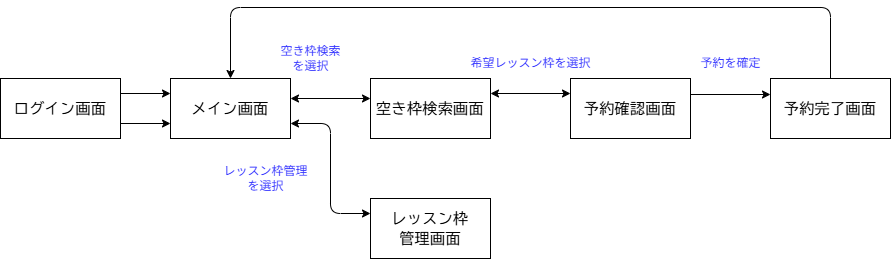
Before: 2_基本設計/02_画面遷移図.png, a diagram exported from draw.io (ka-sawabe/dev-process-study-notes). Source tidied: cells renumbered, new cells last; positions are measured from the earlier drawing's top-left corner, leaving out a move shared by most shapes.
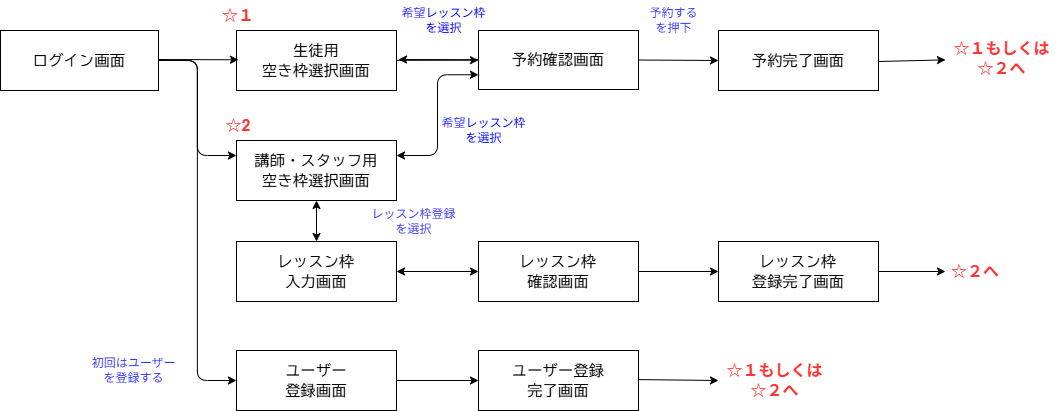
The same diagram one commit later.

Diff of the diagram source:
```diff
@@ -8,66 +8,122 @@
       </mxGeometry>
     </mxCell>
     <mxCell id="3" value="&lt;div style=&quot;color: #000000;background-color: #ffffff;font-family: Consolas, 'Courier New', monospace;font-weight: normal;font-size: 15.400000000000002px;line-height: 20px;white-space: pre;&quot;&gt;&lt;span style=&quot;color: #000000;&quot;&gt;ログイン画面&lt;/span&gt;&lt;/div&gt;" style="rounded=0;whiteSpace=wrap;html=1;fontStyle=1;" parent="1" vertex="1">
-      <mxGeometry y="71" width="120" height="60" as="geometry" />
+      <mxGeometry y="80" width="158" height="60" as="geometry" />
     </mxCell>
-    <mxCell id="4" style="html=1;entryX=0;entryY=0.25;entryDx=0;entryDy=0;exitX=1;exitY=0.25;exitDx=0;exitDy=0;startArrow=classic;startFill=1;" parent="1" edge="1" source="5" target="8">
-      <mxGeometry relative="1" as="geometry" />
+    <mxCell id="4" style="html=1;entryX=0;entryY=0.25;entryDx=0;entryDy=0;startArrow=classic;startFill=1;" parent="1" edge="1">
+      <mxGeometry relative="1" as="geometry">
+        <mxPoint x="398" y="109" as="sourcePoint" />
+        <mxPoint x="503" y="109.3" as="targetPoint" />
+      </mxGeometry>
     </mxCell>
+    <mxCell id="20" style="edgeStyle=none;html=1;" parent="1" edge="1" source="5" target="8">
+      <mxGeometry relative="1" as="geometry" />
+    </mxCell>
-    <mxCell id="5" value="&lt;div style=&quot;color: rgb(0, 0, 0); background-color: rgb(255, 255, 255); font-family: Consolas, &amp;quot;Courier New&amp;quot;, monospace; font-weight: normal; font-size: 15.4px; line-height: 20px; white-space: pre;&quot;&gt;&lt;div style=&quot;color: rgb(0, 0, 0); font-size: 15.4px; line-height: 20px;&quot;&gt;&lt;span style=&quot;color: #000000;&quot;&gt;空き枠検索画面&lt;/span&gt;&lt;/div&gt;&lt;/div&gt;" style="rounded=0;whiteSpace=wrap;html=1;fontStyle=1;" parent="1" vertex="1">
-      <mxGeometry x="370" y="71" width="120" height="60" as="geometry" />
+    <mxCell id="5" value="&lt;div style=&quot;color: rgb(0, 0, 0); background-color: rgb(255, 255, 255); font-family: Consolas, &amp;quot;Courier New&amp;quot;, monospace; font-weight: normal; font-size: 15.4px; line-height: 20px; white-space: pre;&quot;&gt;&lt;div style=&quot;color: rgb(0, 0, 0); font-size: 15.4px; line-height: 20px;&quot;&gt;&lt;span style=&quot;color: rgb(0, 0, 0);&quot;&gt;生徒用&lt;/span&gt;&lt;/div&gt;&lt;div style=&quot;color: rgb(0, 0, 0); font-size: 15.4px; line-height: 20px;&quot;&gt;&lt;span style=&quot;color: rgb(0, 0, 0);&quot;&gt;空き枠選択画面&lt;/span&gt;&lt;/div&gt;&lt;/div&gt;" style="rounded=0;whiteSpace=wrap;html=1;fontStyle=1;" parent="1" vertex="1">
+      <mxGeometry x="236" y="80" width="160" height="60" as="geometry" />
     </mxCell>
-    <mxCell id="6" value="&lt;div style=&quot;color: rgb(0, 0, 0); background-color: rgb(255, 255, 255); font-family: Consolas, &amp;quot;Courier New&amp;quot;, monospace; font-weight: normal; font-size: 15.4px; line-height: 20px; white-space: pre;&quot;&gt;&lt;div style=&quot;color: rgb(0, 0, 0); font-size: 15.4px; line-height: 20px;&quot;&gt;&lt;div style=&quot;color: rgb(0, 0, 0); font-size: 15.4px; line-height: 20px;&quot;&gt;&lt;span style=&quot;color: rgb(0, 0, 0);&quot;&gt;レッスン枠&lt;/span&gt;&lt;/div&gt;&lt;div style=&quot;color: rgb(0, 0, 0); font-size: 15.4px; line-height: 20px;&quot;&gt;&lt;span style=&quot;color: rgb(0, 0, 0);&quot;&gt;管理画面&lt;/span&gt;&lt;/div&gt;&lt;/div&gt;&lt;/div&gt;" style="rounded=0;whiteSpace=wrap;html=1;fontStyle=1;" parent="1" vertex="1">
-      <mxGeometry x="370" y="191" width="120" height="60" as="geometry" />
+    <mxCell id="6" value="&lt;div style=&quot;color: rgb(0, 0, 0); background-color: rgb(255, 255, 255); font-family: Consolas, &amp;quot;Courier New&amp;quot;, monospace; font-weight: normal; font-size: 15.4px; line-height: 20px; white-space: pre;&quot;&gt;&lt;div style=&quot;color: rgb(0, 0, 0); font-size: 15.4px; line-height: 20px;&quot;&gt;&lt;div style=&quot;color: rgb(0, 0, 0); font-size: 15.4px; line-height: 20px;&quot;&gt;&lt;span style=&quot;color: rgb(0, 0, 0);&quot;&gt;レッスン枠&lt;/span&gt;&lt;/div&gt;&lt;div style=&quot;color: rgb(0, 0, 0); font-size: 15.4px; line-height: 20px;&quot;&gt;&lt;span style=&quot;color: rgb(0, 0, 0);&quot;&gt;入力画面&lt;/span&gt;&lt;/div&gt;&lt;/div&gt;&lt;/div&gt;" style="rounded=0;whiteSpace=wrap;html=1;fontStyle=1;" parent="1" vertex="1">
+      <mxGeometry x="236" y="291" width="160" height="60" as="geometry" />
     </mxCell>
-    <mxCell id="7" style="edgeStyle=orthogonalEdgeStyle;html=1;entryX=0;entryY=0.75;entryDx=0;entryDy=0;exitX=1;exitY=0.75;exitDx=0;exitDy=0;" parent="1" edge="1" source="3" target="14">
-      <mxGeometry relative="1" as="geometry" />
-    </mxCell>
     <mxCell id="8" value="&lt;div style=&quot;color: rgb(0, 0, 0); background-color: rgb(255, 255, 255); font-family: Consolas, &amp;quot;Courier New&amp;quot;, monospace; font-weight: normal; font-size: 15.4px; line-height: 20px; white-space: pre;&quot;&gt;&lt;div style=&quot;color: rgb(0, 0, 0); font-size: 15.4px; line-height: 20px;&quot;&gt;&lt;div style=&quot;color: rgb(0, 0, 0); font-size: 15.4px; line-height: 20px;&quot;&gt;&lt;span style=&quot;color: #000000;&quot;&gt;予約確認画面&lt;/span&gt;&lt;/div&gt;&lt;/div&gt;&lt;/div&gt;" style="rounded=0;whiteSpace=wrap;html=1;fontStyle=1;" parent="1" vertex="1">
-      <mxGeometry x="570" y="71" width="120" height="60" as="geometry" />
+      <mxGeometry x="478" y="80" width="160" height="59" as="geometry" />
     </mxCell>
     <mxCell id="9" value="&lt;div style=&quot;color: rgb(0, 0, 0); background-color: rgb(255, 255, 255); font-family: Consolas, &amp;quot;Courier New&amp;quot;, monospace; font-weight: normal; font-size: 15.4px; line-height: 20px; white-space: pre;&quot;&gt;&lt;div style=&quot;color: rgb(0, 0, 0); font-size: 15.4px; line-height: 20px;&quot;&gt;&lt;div style=&quot;color: rgb(0, 0, 0); font-size: 15.4px; line-height: 20px;&quot;&gt;&lt;div style=&quot;color: rgb(0, 0, 0); font-size: 15.4px; line-height: 20px;&quot;&gt;&lt;span style=&quot;color: #000000;&quot;&gt;予約完了画面&lt;/span&gt;&lt;/div&gt;&lt;/div&gt;&lt;/div&gt;&lt;/div&gt;" style="rounded=0;whiteSpace=wrap;html=1;fontStyle=1;" parent="1" vertex="1">
-      <mxGeometry x="770" y="71" width="120" height="60" as="geometry" />
+      <mxGeometry x="718" y="80" width="160" height="60" as="geometry" />
     </mxCell>
-    <mxCell id="10" style="edgeStyle=none;html=1;exitX=1;exitY=0.25;exitDx=0;exitDy=0;entryX=0;entryY=0.25;entryDx=0;entryDy=0;" parent="1" edge="1">
-      <mxGeometry relative="1" as="geometry">
-        <mxPoint x="690" y="87" as="sourcePoint" />
-        <mxPoint x="770" y="87" as="targetPoint" />
-      </mxGeometry>
+    <mxCell id="10" style="edgeStyle=none;html=1;exitX=1;exitY=0.5;exitDx=0;exitDy=0;entryX=0;entryY=0.5;entryDx=0;entryDy=0;" parent="1" edge="1" source="8" target="9">
+      <mxGeometry relative="1" as="geometry" />
     </mxCell>
-    <mxCell id="11" value="希望レッスン枠を選択" style="text;html=1;align=center;verticalAlign=middle;strokeColor=none;fillColor=none;fontColor=#3333FF;" parent="1" vertex="1">
-      <mxGeometry x="460" y="41" width="140" height="30" as="geometry" />
+    <mxCell id="11" value="希望&lt;font style=&quot;color: rgb(0, 0, 255);&quot;&gt;レッスン枠&lt;/font&gt;&lt;div&gt;&lt;font style=&quot;color: rgb(0, 0, 255);&quot;&gt;を選択&lt;/font&gt;&lt;/div&gt;" style="text;html=1;align=center;verticalAlign=middle;strokeColor=none;fillColor=none;fontColor=#3333FF;" parent="1" vertex="1">
+      <mxGeometry x="388" y="50" width="110" height="40" as="geometry" />
     </mxCell>
-    <mxCell id="12" value="予約を確定" style="text;html=1;align=center;verticalAlign=middle;strokeColor=none;fillColor=none;fontColor=#3333FF;" parent="1" vertex="1">
-      <mxGeometry x="690" y="41" width="80" height="30" as="geometry" />
+    <mxCell id="12" value="予約する&lt;div&gt;&lt;font style=&quot;color: rgb(51, 51, 255);&quot;&gt;を押下&lt;/font&gt;&lt;/div&gt;" style="text;html=1;align=center;verticalAlign=middle;strokeColor=none;fillColor=none;fontColor=#3333FF;" parent="1" vertex="1">
+      <mxGeometry x="638" y="50" width="70" height="40" as="geometry" />
     </mxCell>
-    <mxCell id="13" style="edgeStyle=none;html=1;exitX=1;exitY=0.25;exitDx=0;exitDy=0;entryX=0;entryY=0.25;entryDx=0;entryDy=0;" parent="1" edge="1" source="3" target="14">
-      <mxGeometry relative="1" as="geometry" />
-    </mxCell>
-    <mxCell id="14" value="&lt;div style=&quot;color: rgb(0, 0, 0); background-color: rgb(255, 255, 255); font-family: Consolas, &amp;quot;Courier New&amp;quot;, monospace; font-weight: normal; font-size: 15.4px; line-height: 20px; white-space: pre;&quot;&gt;&lt;div style=&quot;color: rgb(0, 0, 0); font-size: 15.4px; line-height: 20px;&quot;&gt;&lt;div style=&quot;color: rgb(0, 0, 0); font-size: 15.4px; line-height: 20px;&quot;&gt;メイン画面&lt;/div&gt;&lt;/div&gt;&lt;/div&gt;" style="rounded=0;whiteSpace=wrap;html=1;fontStyle=1;" parent="1" vertex="1">
-      <mxGeometry x="170" y="71" width="120" height="60" as="geometry" />
-    </mxCell>
-    <mxCell id="15" style="edgeStyle=orthogonalEdgeStyle;html=1;exitX=1;exitY=0.75;exitDx=0;exitDy=0;entryX=0;entryY=0.25;entryDx=0;entryDy=0;startArrow=classic;startFill=1;" parent="1" edge="1" source="14" target="6">
+    <mxCell id="15" style="html=1;exitX=0.5;exitY=1;exitDx=0;exitDy=0;startArrow=classic;startFill=1;entryX=0.5;entryY=0;entryDx=0;entryDy=0;" parent="1" edge="1" source="19" target="6">
       <mxGeometry relative="1" as="geometry" />
     </mxCell>
-    <mxCell id="16" value="&lt;font style=&quot;color: rgb(51, 51, 255);&quot;&gt;空き枠検索&lt;/font&gt;&lt;div&gt;&lt;div&gt;&lt;span style=&quot;background-color: transparent;&quot;&gt;&lt;font style=&quot;color: rgb(51, 51, 255);&quot;&gt;を選択&lt;/font&gt;&lt;/span&gt;&lt;/div&gt;&lt;/div&gt;" style="text;html=1;align=center;verticalAlign=middle;strokeColor=none;fillColor=none;fontColor=#3333FF;" parent="1" vertex="1">
-      <mxGeometry x="270" y="31" width="80" height="40" as="geometry" />
-    </mxCell>
-    <mxCell id="17" value="&lt;div&gt;&lt;div&gt;&lt;font style=&quot;color: rgb(51, 51, 255);&quot;&gt;レッスン枠管理&lt;/font&gt;&lt;/div&gt;&lt;div&gt;&lt;span style=&quot;background-color: transparent;&quot;&gt;&lt;font style=&quot;color: rgb(51, 51, 255);&quot;&gt;を選択&lt;/font&gt;&lt;/span&gt;&lt;/div&gt;&lt;/div&gt;" style="text;html=1;align=center;verticalAlign=middle;strokeColor=none;fillColor=none;fontColor=#3333FF;" parent="1" vertex="1">
-      <mxGeometry x="210" y="151" width="110" height="40" as="geometry" />
+    <mxCell id="17" value="&lt;div&gt;&lt;div&gt;&lt;font style=&quot;color: rgb(51, 51, 255);&quot;&gt;レッスン枠登録&lt;/font&gt;&lt;/div&gt;&lt;div&gt;&lt;span style=&quot;background-color: transparent;&quot;&gt;&lt;font style=&quot;color: rgb(51, 51, 255);&quot;&gt;を選択&lt;/font&gt;&lt;/span&gt;&lt;/div&gt;&lt;/div&gt;" style="text;html=1;align=center;verticalAlign=middle;strokeColor=none;fillColor=none;fontColor=#3333FF;" parent="1" vertex="1">
+      <mxGeometry x="358" y="251" width="110" height="40" as="geometry" />
     </mxCell>
-    <mxCell id="18" style="html=1;entryX=0;entryY=0.25;entryDx=0;entryDy=0;exitX=1;exitY=0.25;exitDx=0;exitDy=0;startArrow=classic;startFill=1;" parent="1" edge="1">
-      <mxGeometry relative="1" as="geometry">
-        <mxPoint x="290" y="91" as="sourcePoint" />
-        <mxPoint x="370" y="91" as="targetPoint" />
-      </mxGeometry>
-    </mxCell>
-    <mxCell id="19" style="jettySize=auto;html=1;entryX=0.5;entryY=0;entryDx=0;entryDy=0;exitX=0.5;exitY=0;exitDx=0;exitDy=0;edgeStyle=orthogonalEdgeStyle;" parent="1" edge="1" source="9" target="14">
-      <mxGeometry relative="1" as="geometry">
-        <Array as="points">
-          <mxPoint x="830" />
-          <mxPoint x="230" />
-        </Array>
-      </mxGeometry>
+    <mxCell id="19" value="&lt;div style=&quot;color: rgb(0, 0, 0); background-color: rgb(255, 255, 255); font-family: Consolas, &amp;quot;Courier New&amp;quot;, monospace; font-weight: normal; font-size: 15.4px; line-height: 20px; white-space: pre;&quot;&gt;&lt;div style=&quot;color: rgb(0, 0, 0); font-size: 15.4px; line-height: 20px;&quot;&gt;講師・スタッフ用&lt;/div&gt;&lt;div style=&quot;color: rgb(0, 0, 0); font-size: 15.4px; line-height: 20px;&quot;&gt;&lt;span style=&quot;color: rgb(0, 0, 0);&quot;&gt;空き枠選択画面&lt;/span&gt;&lt;/div&gt;&lt;/div&gt;" style="rounded=0;whiteSpace=wrap;html=1;fontStyle=1;" parent="1" vertex="1">
+      <mxGeometry x="236" y="190" width="160" height="60" as="geometry" />
     </mxCell>
+    <mxCell id="21" style="edgeStyle=elbowEdgeStyle;html=1;entryX=0;entryY=0.25;entryDx=0;entryDy=0;exitX=1;exitY=0.5;exitDx=0;exitDy=0;startArrow=none;startFill=0;" parent="1" edge="1" source="3" target="19">
+      <mxGeometry relative="1" as="geometry" />
+    </mxCell>
+    <mxCell id="22" style="edgeStyle=orthogonalEdgeStyle;html=1;exitX=1;exitY=0.25;exitDx=0;exitDy=0;entryX=0;entryY=0.75;entryDx=0;entryDy=0;startArrow=classic;startFill=1;" parent="1" edge="1" source="19" target="8">
+      <mxGeometry relative="1" as="geometry" />
+    </mxCell>
+    <mxCell id="23" value="希望&lt;font style=&quot;color: rgb(0, 0, 255);&quot;&gt;レッスン枠&lt;/font&gt;&lt;div&gt;&lt;font style=&quot;color: rgb(0, 0, 255);&quot;&gt;を選択&lt;/font&gt;&lt;/div&gt;" style="text;html=1;align=center;verticalAlign=middle;strokeColor=none;fillColor=none;fontColor=#3333FF;" parent="1" vertex="1">
+      <mxGeometry x="428" y="160" width="110" height="40" as="geometry" />
+    </mxCell>
+    <mxCell id="24" style="html=1;exitX=1;exitY=0.5;exitDx=0;exitDy=0;entryX=0;entryY=0.5;entryDx=0;entryDy=0;startArrow=classic;startFill=1;" parent="1" edge="1" source="6" target="25">
+      <mxGeometry relative="1" as="geometry" />
+    </mxCell>
+    <mxCell id="25" value="&lt;div style=&quot;color: rgb(0, 0, 0); background-color: rgb(255, 255, 255); font-family: Consolas, &amp;quot;Courier New&amp;quot;, monospace; font-weight: normal; font-size: 15.4px; line-height: 20px; white-space: pre;&quot;&gt;&lt;div style=&quot;color: rgb(0, 0, 0); font-size: 15.4px; line-height: 20px;&quot;&gt;&lt;div style=&quot;color: rgb(0, 0, 0); font-size: 15.4px; line-height: 20px;&quot;&gt;&lt;span style=&quot;color: rgb(0, 0, 0);&quot;&gt;レッスン枠&lt;/span&gt;&lt;/div&gt;&lt;div style=&quot;color: rgb(0, 0, 0); font-size: 15.4px; line-height: 20px;&quot;&gt;&lt;span style=&quot;color: rgb(0, 0, 0);&quot;&gt;確認画面&lt;/span&gt;&lt;/div&gt;&lt;/div&gt;&lt;/div&gt;" style="rounded=0;whiteSpace=wrap;html=1;fontStyle=1;" parent="1" vertex="1">
+      <mxGeometry x="478" y="291" width="160" height="60" as="geometry" />
+    </mxCell>
+    <mxCell id="26" value="&lt;div style=&quot;color: rgb(0, 0, 0); background-color: rgb(255, 255, 255); font-family: Consolas, &amp;quot;Courier New&amp;quot;, monospace; font-weight: normal; font-size: 15.4px; line-height: 20px; white-space: pre;&quot;&gt;&lt;div style=&quot;color: rgb(0, 0, 0); font-size: 15.4px; line-height: 20px;&quot;&gt;&lt;div style=&quot;color: rgb(0, 0, 0); font-size: 15.4px; line-height: 20px;&quot;&gt;&lt;span style=&quot;color: rgb(0, 0, 0);&quot;&gt;レッスン枠&lt;/span&gt;&lt;/div&gt;&lt;div style=&quot;color: rgb(0, 0, 0); font-size: 15.4px; line-height: 20px;&quot;&gt;登録完了画面&lt;/div&gt;&lt;/div&gt;&lt;/div&gt;" style="rounded=0;whiteSpace=wrap;html=1;fontStyle=1;" parent="1" vertex="1">
+      <mxGeometry x="718" y="291" width="160" height="60" as="geometry" />
+    </mxCell>
+    <mxCell id="27" style="edgeStyle=none;html=1;entryX=0;entryY=0.5;entryDx=0;entryDy=0;" parent="1" edge="1" target="26">
+      <mxGeometry relative="1" as="geometry">
+        <mxPoint x="638" y="321" as="sourcePoint" />
+      </mxGeometry>
+    </mxCell>
+    <mxCell id="28" value="&lt;div style=&quot;color: rgb(0, 0, 0); background-color: rgb(255, 255, 255); font-family: Consolas, &amp;quot;Courier New&amp;quot;, monospace; font-weight: normal; font-size: 15.4px; line-height: 20px; white-space: pre;&quot;&gt;&lt;div style=&quot;color: rgb(0, 0, 0); font-size: 15.4px; line-height: 20px;&quot;&gt;ユーザー&lt;/div&gt;&lt;div style=&quot;color: rgb(0, 0, 0); font-size: 15.4px; line-height: 20px;&quot;&gt;登録画面&lt;/div&gt;&lt;/div&gt;" style="rounded=0;whiteSpace=wrap;html=1;fontStyle=1;" parent="1" vertex="1">
+      <mxGeometry x="236" y="400" width="160" height="60" as="geometry" />
+    </mxCell>
+    <mxCell id="29" style="edgeStyle=elbowEdgeStyle;html=1;entryX=0;entryY=0.5;entryDx=0;entryDy=0;" parent="1" edge="1" target="28">
+      <mxGeometry relative="1" as="geometry">
+        <mxPoint x="158" y="110" as="sourcePoint" />
+      </mxGeometry>
+    </mxCell>
+    <mxCell id="30" value="&lt;div style=&quot;color: rgb(0, 0, 0); background-color: rgb(255, 255, 255); font-family: Consolas, &amp;quot;Courier New&amp;quot;, monospace; font-weight: normal; font-size: 15.4px; line-height: 20px; white-space: pre;&quot;&gt;&lt;div style=&quot;color: rgb(0, 0, 0); font-size: 15.4px; line-height: 20px;&quot;&gt;ユーザー登録&lt;/div&gt;&lt;div style=&quot;color: rgb(0, 0, 0); font-size: 15.4px; line-height: 20px;&quot;&gt;完了画面&lt;/div&gt;&lt;/div&gt;" style="rounded=0;whiteSpace=wrap;html=1;fontStyle=1;" parent="1" vertex="1">
+      <mxGeometry x="478" y="400" width="160" height="60" as="geometry" />
+    </mxCell>
+    <mxCell id="31" style="edgeStyle=none;html=1;exitX=1;exitY=0.5;exitDx=0;exitDy=0;entryX=0;entryY=0.5;entryDx=0;entryDy=0;" parent="1" edge="1" source="28" target="30">
+      <mxGeometry relative="1" as="geometry" />
+    </mxCell>
+    <mxCell id="32" value="&lt;font style=&quot;color: rgb(51, 51, 255);&quot;&gt;初回はユーザー&lt;/font&gt;&lt;div&gt;&lt;font style=&quot;color: rgb(51, 51, 255);&quot;&gt;を登録する&lt;/font&gt;&lt;/div&gt;" style="text;html=1;align=center;verticalAlign=middle;strokeColor=none;fillColor=none;fontColor=#3333FF;" parent="1" vertex="1">
+      <mxGeometry x="78" y="400" width="110" height="40" as="geometry" />
+    </mxCell>
+    <mxCell id="33" style="edgeStyle=none;html=1;exitX=1;exitY=0.5;exitDx=0;exitDy=0;entryX=0;entryY=0.5;entryDx=0;entryDy=0;" parent="1" edge="1" target="40">
+      <mxGeometry relative="1" as="geometry">
+        <mxPoint x="638" y="429.1" as="sourcePoint" />
+      </mxGeometry>
+    </mxCell>
+    <mxCell id="34" value="☆１" style="text;html=1;align=center;verticalAlign=middle;whiteSpace=wrap;rounded=0;fontColor=#FF3333;fontStyle=1;fontSize=16;" parent="1" vertex="1">
+      <mxGeometry x="208" y="50" width="60" height="30" as="geometry" />
+    </mxCell>
+    <mxCell id="35" value="☆2" style="text;html=1;align=center;verticalAlign=middle;whiteSpace=wrap;rounded=0;fontColor=#FF3333;fontStyle=1;fontSize=16;" parent="1" vertex="1">
+      <mxGeometry x="208" y="160" width="60" height="30" as="geometry" />
+    </mxCell>
+    <mxCell id="36" style="edgeStyle=none;html=1;" parent="1" edge="1" target="37">
+      <mxGeometry relative="1" as="geometry">
+        <mxPoint x="878" y="321" as="sourcePoint" />
+      </mxGeometry>
+    </mxCell>
+    <mxCell id="37" value="☆２へ" style="text;html=1;align=center;verticalAlign=middle;whiteSpace=wrap;rounded=0;fontColor=#FF3333;fontStyle=1;fontSize=16;" parent="1" vertex="1">
+      <mxGeometry x="945" y="306" width="60" height="30" as="geometry" />
+    </mxCell>
+    <mxCell id="38" style="edgeStyle=none;html=1;" parent="1" edge="1" target="39">
+      <mxGeometry relative="1" as="geometry">
+        <mxPoint x="878" y="111" as="sourcePoint" />
+      </mxGeometry>
+    </mxCell>
+    <mxCell id="39" value="☆１もしくは☆２へ" style="text;html=1;align=center;verticalAlign=middle;whiteSpace=wrap;rounded=0;fontColor=#FF3333;fontStyle=1;fontSize=16;" parent="1" vertex="1">
+      <mxGeometry x="945" y="96" width="113" height="24" as="geometry" />
+    </mxCell>
+    <mxCell id="40" value="☆１もしくは☆２へ" style="text;html=1;align=center;verticalAlign=middle;whiteSpace=wrap;rounded=0;fontColor=#FF3333;fontStyle=1;fontSize=16;" parent="1" vertex="1">
+      <mxGeometry x="718" y="418" width="113" height="24" as="geometry" />
+    </mxCell>
+    <mxCell id="41" style="edgeStyle=none;html=1;entryX=0;entryY=0.5;entryDx=0;entryDy=0;" parent="1" edge="1">
+      <mxGeometry relative="1" as="geometry">
+        <mxPoint x="158" y="109" as="sourcePoint" />
+        <mxPoint x="238" y="109.3" as="targetPoint" />
+      </mxGeometry>
+    </mxCell>
   </root>
 </mxGraphModel>
```
